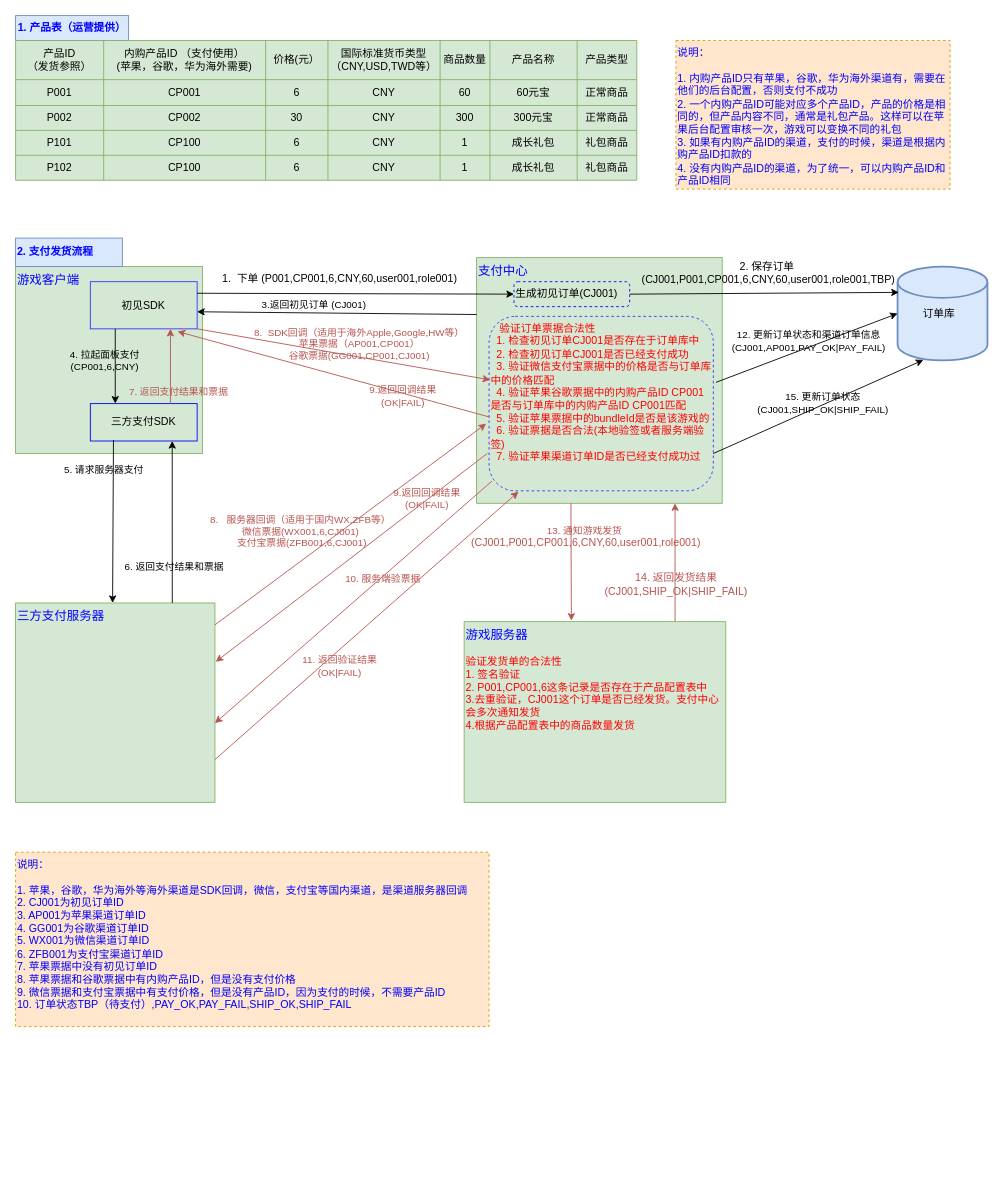
Above: 支付发货流程.drawio in pangqiren/diagram (draw.io), before the change. Source tidied: cells renumbered, new cells numbered last; positions are measured from the earlier drawing's top-left corner, leaving out a move shared by most shapes. Both pictures are drawn from the tidied source at 89%, with x=0, y=0 at pixel (15, 15).
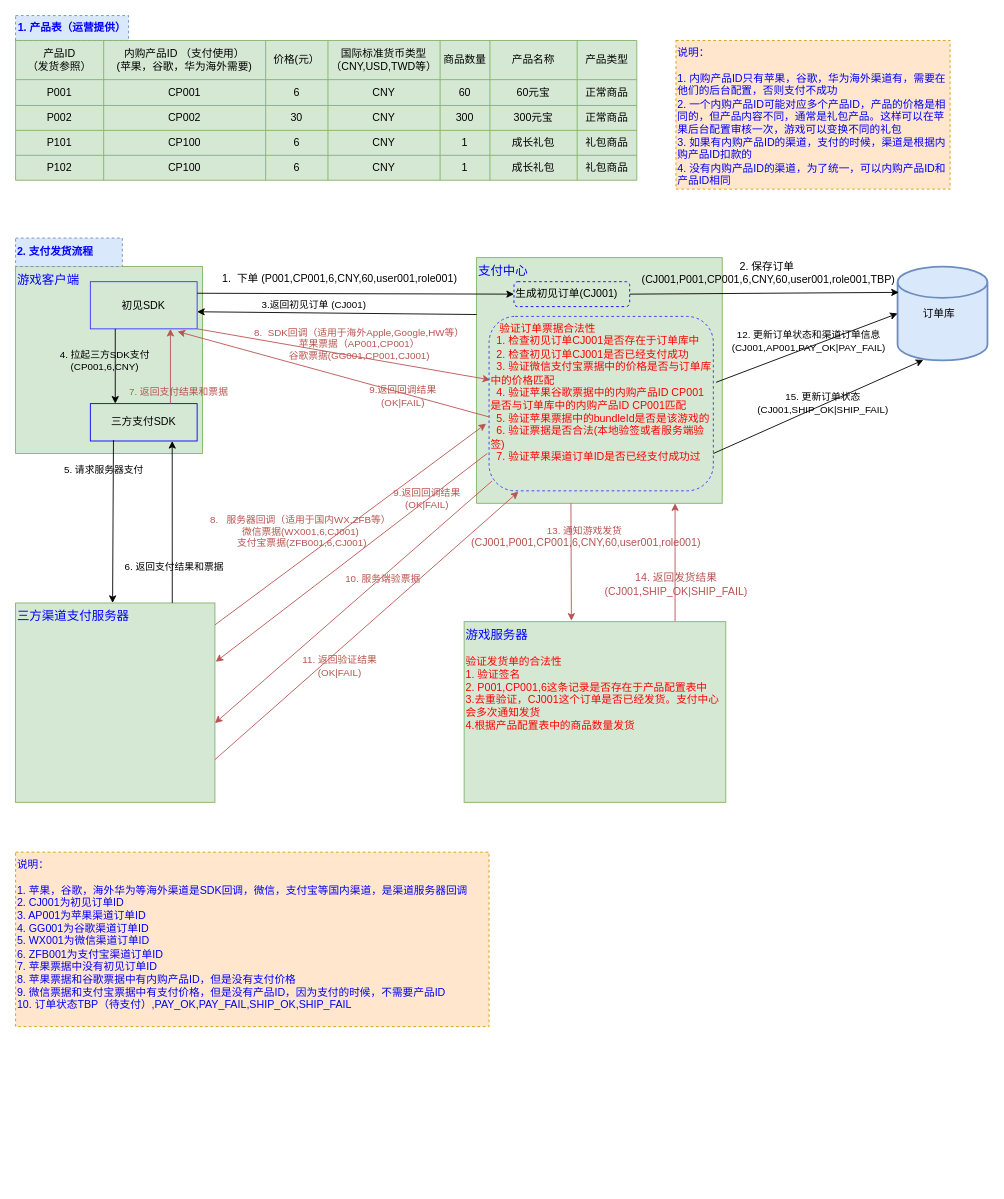
The same diagram, later.

Commit message:
Update 支付发货流程.drawio

The change refers to these unchanged cells:
```xml
<mxCell id="56" style="endArrow=classic;html=1;exitX=0.5;exitY=1;exitDx=0;exitDy=0;" parent="1" edge="1">
  <mxGeometry relative="1" as="geometry">
    <mxPoint x="112" y="352" as="sourcePoint" />
    <mxPoint x="112" y="436" as="targetPoint" />
  </mxGeometry>
</mxCell>
```

What changed in the source:
```diff
@@
-    <mxCell id="2" value="&lt;b&gt;&lt;font color=&quot;#0000ff&quot;&gt;1. 产品表（运营提供）&lt;/font&gt;&lt;/b&gt;" style="rounded=0;whiteSpace=wrap;html=1;fillColor=#dae8fc;strokeColor=#6c8ebf;" parent="1" vertex="1">
+    <mxCell id="2" value="&lt;b&gt;&lt;font color=&quot;#0000ff&quot;&gt;1. 产品表（运营提供）&lt;/font&gt;&lt;/b&gt;" style="rounded=0;whiteSpace=wrap;html=1;fillColor=#dae8fc;strokeColor=#6c8ebf;dashed=1;" parent="1" vertex="1">
       <mxGeometry width="127" height="28" as="geometry" />
     </mxCell>
@@
-    <mxCell id="48" value="&lt;font style=&quot;font-size: 14px&quot; color=&quot;#0000ff&quot;&gt;三方支付服务器&lt;/font&gt;" style="whiteSpace=wrap;html=1;align=left;verticalAlign=top;fillColor=#d5e8d4;strokeColor=#82b366;" parent="1" vertex="1">
+    <mxCell id="48" value="&lt;font style=&quot;font-size: 14px&quot; color=&quot;#0000ff&quot;&gt;三方渠道支付服务器&lt;/font&gt;" style="whiteSpace=wrap;html=1;align=left;verticalAlign=top;fillColor=#d5e8d4;strokeColor=#82b366;" parent="1" vertex="1">
       <mxGeometry y="660" width="224" height="224" as="geometry" />
     </mxCell>
@@
-    <mxCell id="57" value="4. 拉起面板支付&lt;br&gt;(CP001,6,CNY)" style="edgeLabel;html=1;align=center;verticalAlign=middle;labelBackgroundColor=none;" parent="56" vertex="1">
+    <mxCell id="57" value="4. 拉起三方SDK支付&lt;br&gt;(CP001,6,CNY)" style="edgeLabel;html=1;align=center;verticalAlign=middle;labelBackgroundColor=none;" parent="56" vertex="1">
       <mxGeometry x="-0.24" y="3" relative="1" as="geometry">
         <mxPoint x="-16" y="3" as="offset" />
       </mxGeometry>
     </mxCell>
@@
-    <mxCell id="78" value="&lt;b style=&quot;text-align: center&quot;&gt;&lt;font color=&quot;#0000ff&quot;&gt;2. 支付发货流程&lt;/font&gt;&lt;/b&gt;" style="rounded=0;whiteSpace=wrap;html=1;align=left;fillColor=#dae8fc;strokeColor=#6c8ebf;" parent="1" vertex="1">
+    <mxCell id="78" value="&lt;b style=&quot;text-align: center&quot;&gt;&lt;font color=&quot;#0000ff&quot;&gt;2. 支付发货流程&lt;/font&gt;&lt;/b&gt;" style="rounded=0;whiteSpace=wrap;html=1;align=left;fillColor=#dae8fc;strokeColor=#6c8ebf;dashed=1;" parent="1" vertex="1">
       <mxGeometry y="250" width="120" height="32" as="geometry" />
     </mxCell>
@@
-    <mxCell id="80" value="&lt;span style=&quot;color: rgb(0 , 0 , 255)&quot;&gt;说明：&lt;/span&gt;&lt;br style=&quot;color: rgb(0 , 0 , 255)&quot;&gt;&lt;br&gt;&lt;font color=&quot;#0000ff&quot;&gt;1. 苹果，谷歌，华为海外等海外渠道是SDK回调，微信，支付宝等国内渠道，是渠道服务器回调&lt;/font&gt;&lt;br style=&quot;color: rgb(0 , 0 , 255)&quot;&gt;&lt;span style=&quot;color: rgb(0 , 0 , 255)&quot;&gt;2. CJ001为初见订单ID&lt;/span&gt;&lt;br style=&quot;color: rgb(0 , 0 , 255)&quot;&gt;&lt;span style=&quot;color: rgb(0 , 0 , 255)&quot;&gt;3. AP001为苹果渠道订单ID&lt;/span&gt;&lt;br style=&quot;color: rgb(0 , 0 , 255)&quot;&gt;&lt;span style=&quot;color: rgb(0 , 0 , 255)&quot;&gt;4. GG001为谷歌渠道订单ID&lt;/span&gt;&lt;br style=&quot;color: rgb(0 , 0 , 255)&quot;&gt;&lt;span style=&quot;color: rgb(0 , 0 , 255)&quot;&gt;5. WX001为微信渠道订单ID&lt;/span&gt;&lt;br style=&quot;color: rgb(0 , 0 , 255)&quot;&gt;&lt;span style=&quot;color: rgb(0 , 0 , 255)&quot;&gt;6. ZFB001为支付宝渠道订单ID&lt;/span&gt;&lt;br style=&quot;color: rgb(0 , 0 , 255)&quot;&gt;&lt;span style=&quot;color: rgb(0 , 0 , 255)&quot;&gt;7. 苹果票据中没有初见订单ID&lt;/span&gt;&lt;br style=&quot;color: rgb(0 , 0 , 255)&quot;&gt;&lt;span style=&quot;color: rgb(0 , 0 , 255)&quot;&gt;8. 苹果票据和谷歌票据中有内购产品ID，但是没有支付价格&lt;/span&gt;&lt;br style=&quot;color: rgb(0 , 0 , 255)&quot;&gt;&lt;span style=&quot;color: rgb(0 , 0 , 255)&quot;&gt;9. 微信票据和支付宝票据中有支付价格，但是没有产品ID，因为支付的时候，不需要产品ID&lt;/span&gt;&lt;br style=&quot;color: rgb(0 , 0 , 255)&quot;&gt;&lt;span style=&quot;color: rgb(0 , 0 , 255)&quot;&gt;10. 订单状态TBP（待支付）,PAY_OK,PAY_FAIL,SHIP_OK,SHIP_FAIL&lt;/span&gt;" style="rounded=0;whiteSpace=wrap;html=1;shadow=0;glass=0;comic=0;align=left;dashed=1;fillColor=#ffe6cc;strokeColor=#d79b00;verticalAlign=top;" parent="1" vertex="1">
+    <mxCell id="80" value="&lt;span style=&quot;color: rgb(0 , 0 , 255)&quot;&gt;说明：&lt;/span&gt;&lt;br style=&quot;color: rgb(0 , 0 , 255)&quot;&gt;&lt;br&gt;&lt;font color=&quot;#0000ff&quot;&gt;1. 苹果，谷歌，海外华为等海外渠道是SDK回调，微信，支付宝等国内渠道，是渠道服务器回调&lt;/font&gt;&lt;br style=&quot;color: rgb(0 , 0 , 255)&quot;&gt;&lt;span style=&quot;color: rgb(0 , 0 , 255)&quot;&gt;2. CJ001为初见订单ID&lt;/span&gt;&lt;br style=&quot;color: rgb(0 , 0 , 255)&quot;&gt;&lt;span style=&quot;color: rgb(0 , 0 , 255)&quot;&gt;3. AP001为苹果渠道订单ID&lt;/span&gt;&lt;br style=&quot;color: rgb(0 , 0 , 255)&quot;&gt;&lt;span style=&quot;color: rgb(0 , 0 , 255)&quot;&gt;4. GG001为谷歌渠道订单ID&lt;/span&gt;&lt;br style=&quot;color: rgb(0 , 0 , 255)&quot;&gt;&lt;span style=&quot;color: rgb(0 , 0 , 255)&quot;&gt;5. WX001为微信渠道订单ID&lt;/span&gt;&lt;br style=&quot;color: rgb(0 , 0 , 255)&quot;&gt;&lt;span style=&quot;color: rgb(0 , 0 , 255)&quot;&gt;6. ZFB001为支付宝渠道订单ID&lt;/span&gt;&lt;br style=&quot;color: rgb(0 , 0 , 255)&quot;&gt;&lt;span style=&quot;color: rgb(0 , 0 , 255)&quot;&gt;7. 苹果票据中没有初见订单ID&lt;/span&gt;&lt;br style=&quot;color: rgb(0 , 0 , 255)&quot;&gt;&lt;span style=&quot;color: rgb(0 , 0 , 255)&quot;&gt;8. 苹果票据和谷歌票据中有内购产品ID，但是没有支付价格&lt;/span&gt;&lt;br style=&quot;color: rgb(0 , 0 , 255)&quot;&gt;&lt;span style=&quot;color: rgb(0 , 0 , 255)&quot;&gt;9. 微信票据和支付宝票据中有支付价格，但是没有产品ID，因为支付的时候，不需要产品ID&lt;/span&gt;&lt;br style=&quot;color: rgb(0 , 0 , 255)&quot;&gt;&lt;span style=&quot;color: rgb(0 , 0 , 255)&quot;&gt;10. 订单状态TBP（待支付）,PAY_OK,PAY_FAIL,SHIP_OK,SHIP_FAIL&lt;/span&gt;" style="rounded=0;whiteSpace=wrap;html=1;shadow=0;glass=0;comic=0;align=left;dashed=1;fillColor=#ffe6cc;strokeColor=#d79b00;verticalAlign=top;" parent="1" vertex="1">
       <mxGeometry y="940" width="532" height="196" as="geometry" />
     </mxCell>
@@
-    <mxCell id="83" value="&lt;font&gt;&lt;font style=&quot;font-size: 14px&quot; color=&quot;#0000ff&quot;&gt;游戏服务器&lt;/font&gt;&lt;br&gt;&lt;br&gt;&lt;font style=&quot;font-size: 12px ; color: rgb(255 , 0 , 0)&quot;&gt;验证发货单的合法性&lt;br&gt;1. 签名验证&lt;br&gt;2. P001,CP001,6这条记录是否存在于产品配置表中&lt;br&gt;3.去重验证，CJ001这个订单是否已经发货。支付中心会多次通知发货&lt;br&gt;&lt;/font&gt;&lt;font color=&quot;#ff0000&quot; style=&quot;font-size: 12px&quot;&gt;4.根据产品配置表中的商品数量发货&lt;/font&gt;&lt;br&gt;&lt;/font&gt;" style="rounded=0;whiteSpace=wrap;html=1;shadow=0;glass=0;comic=0;align=left;fillColor=#d5e8d4;strokeColor=#82b366;verticalAlign=top;" parent="1" vertex="1">
+    <mxCell id="83" value="&lt;font&gt;&lt;font style=&quot;font-size: 14px&quot; color=&quot;#0000ff&quot;&gt;游戏服务器&lt;/font&gt;&lt;br&gt;&lt;br&gt;&lt;font style=&quot;font-size: 12px ; color: rgb(255 , 0 , 0)&quot;&gt;验证发货单的合法性&lt;br&gt;1. 验证签名&lt;br&gt;2. P001,CP001,6这条记录是否存在于产品配置表中&lt;br&gt;3.去重验证，CJ001这个订单是否已经发货。支付中心会多次通知发货&lt;br&gt;&lt;/font&gt;&lt;font color=&quot;#ff0000&quot; style=&quot;font-size: 12px&quot;&gt;4.根据产品配置表中的商品数量发货&lt;/font&gt;&lt;br&gt;&lt;/font&gt;" style="rounded=0;whiteSpace=wrap;html=1;shadow=0;glass=0;comic=0;align=left;fillColor=#d5e8d4;strokeColor=#82b366;verticalAlign=top;" parent="1" vertex="1">
       <mxGeometry x="504" y="681" width="294" height="203" as="geometry" />
     </mxCell>
```
